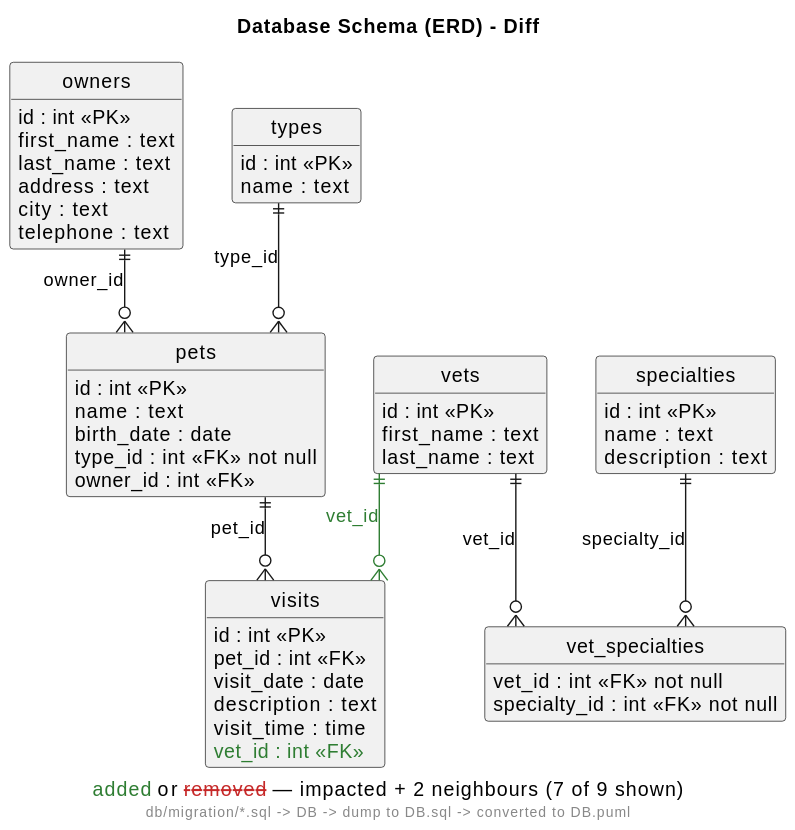
The PlantUML diagram demo/petclinic-visit-vet/assets/diagrams/petclinic-backend_docs_generated_DB.diff.focus2.svg in victorrentea/human-review, before a commit.
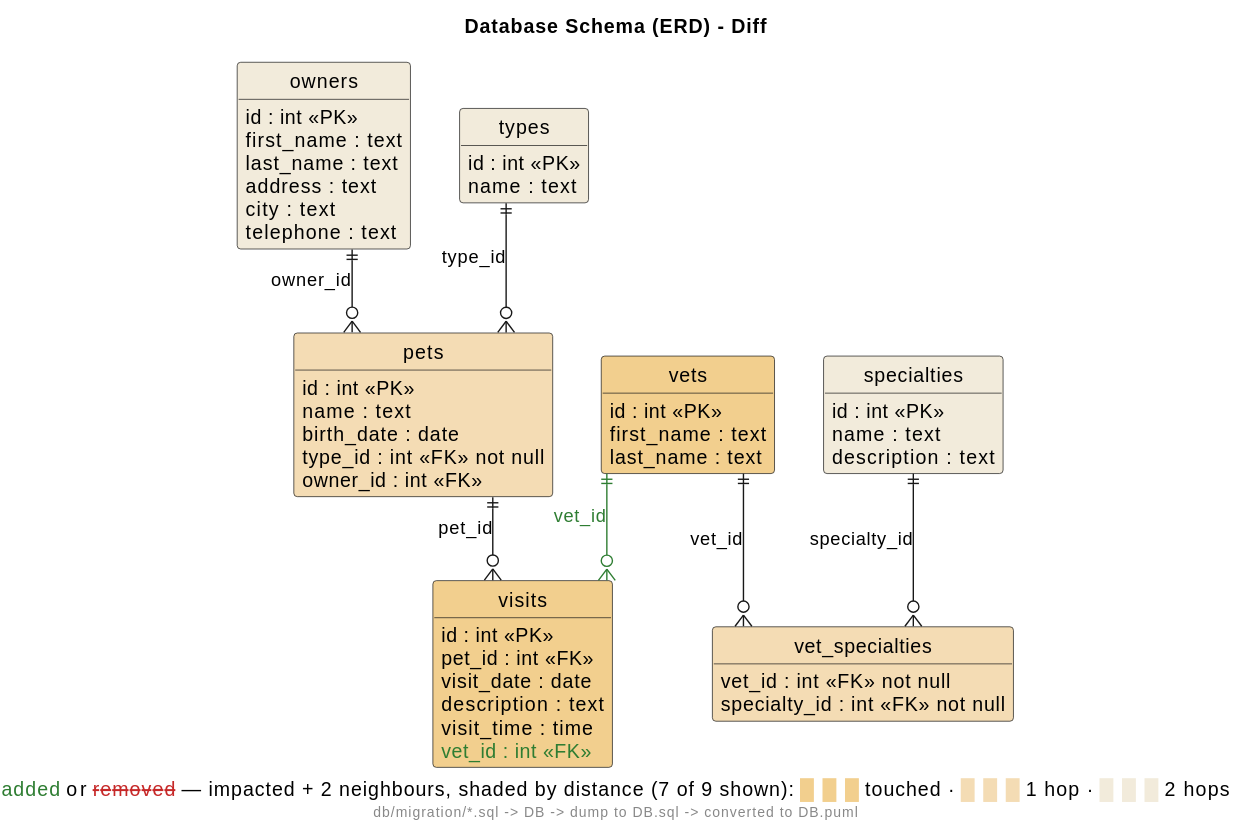
Later version of the same file.

The edit, as a diff of the source:
```diff
@@ -1,12 +1,12 @@
 @startuml
-caption <color:#2E7D32>added</color> or <color:#C62828><s>removed</s></color> — impacted + 2 neighbours (7 of 9 shown)
+caption <color:#2E7D32>added</color> or <color:#C62828><s>removed</s></color> — impacted + 2 neighbours, shaded by distance (7 of 9 shown): <color:#F2CF8E>███</color> touched · <color:#F4DCB4>███</color> 1 hop · <color:#F2EBDB>███</color> 2 hops
 
 title Database Schema (ERD) - Diff
 footer db/migration/*.sql -> DB -> dump to DB.sql -> converted to DB.puml
 hide circle
 hide empty members
 skinparam linetype ortho
-entity "owners" as owners {
+entity "owners" as owners #back:F2EBDB {
   {field} id : int <<PK>>
   {field} first_name : text
   {field} last_name : text
@@ -14,32 +14,32 @@
   {field} city : text
   {field} telephone : text
 }
-entity "pets" as pets {
+entity "pets" as pets #back:F4DCB4 {
   {field} id : int <<PK>>
   {field} name : text
   {field} birth_date : date
   {field} type_id : int <<FK>> not null
   {field} owner_id : int <<FK>>
 }
-entity "specialties" as specialties {
+entity "specialties" as specialties #back:F2EBDB {
   {field} id : int <<PK>>
   {field} name : text
   {field} description : text
 }
-entity "types" as types {
+entity "types" as types #back:F2EBDB {
   {field} id : int <<PK>>
   {field} name : text
 }
-entity "vet_specialties" as vet_specialties {
+entity "vet_specialties" as vet_specialties #back:F4DCB4 {
   {field} vet_id : int <<FK>> not null
   {field} specialty_id : int <<FK>> not null
 }
-entity "vets" as vets {
+entity "vets" as vets #back:F2CF8E {
   {field} id : int <<PK>>
   {field} first_name : text
   {field} last_name : text
 }
-entity "visits" as visits {
+entity "visits" as visits #back:F2CF8E {
   {field} id : int <<PK>>
   {field} pet_id : int <<FK>>
   {field} visit_date : date
```
